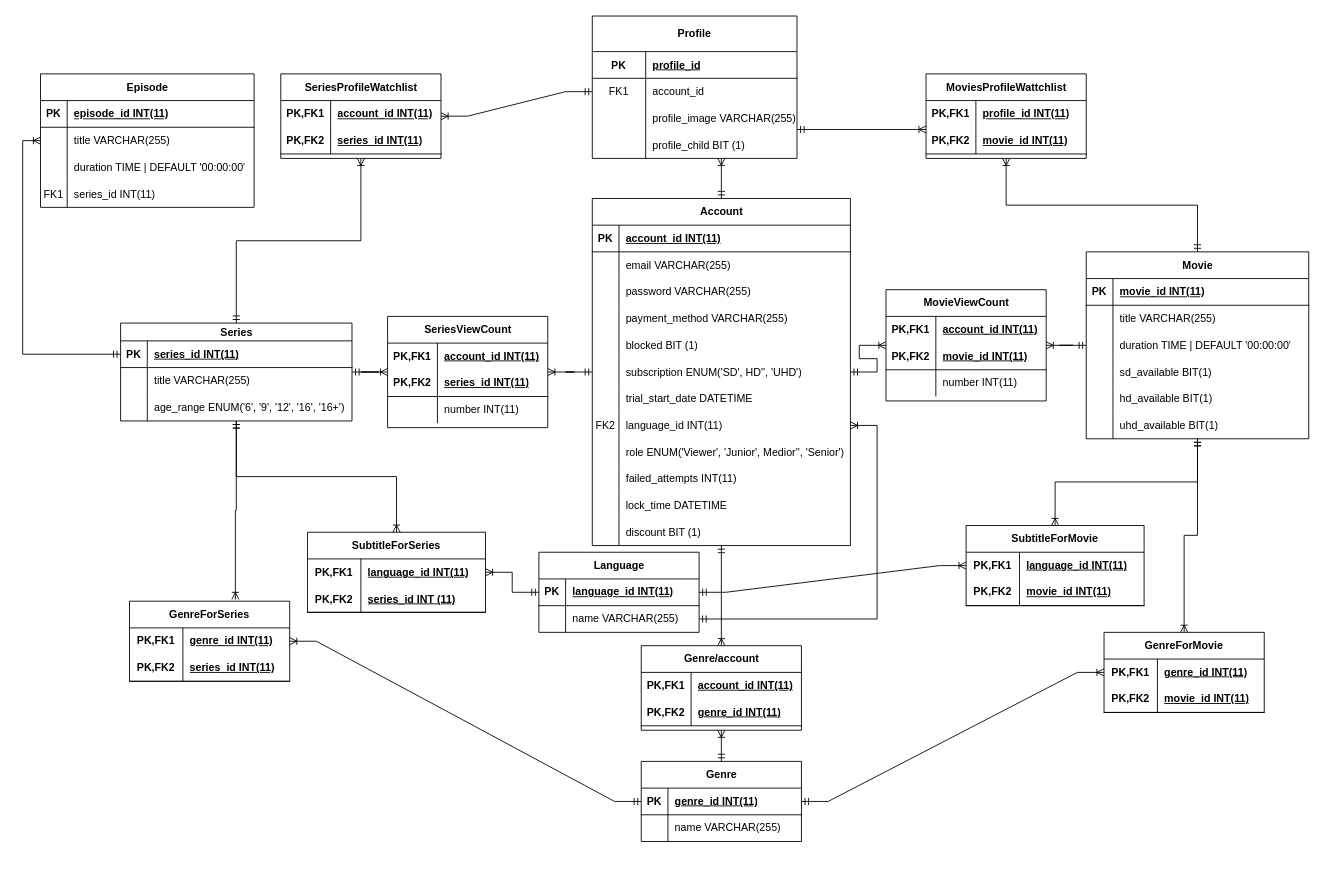
Earlier version of the draw.io diagram ERD.drawio (Bill0911/NeflixForBill). Source tidied: cells renumbered, new cells numbered last; positions are measured from the earlier drawing's top-left corner, leaving out a move shared by most shapes. Both pictures are drawn from the tidied source at 89%, with x=0, y=0 at pixel (22, 15).
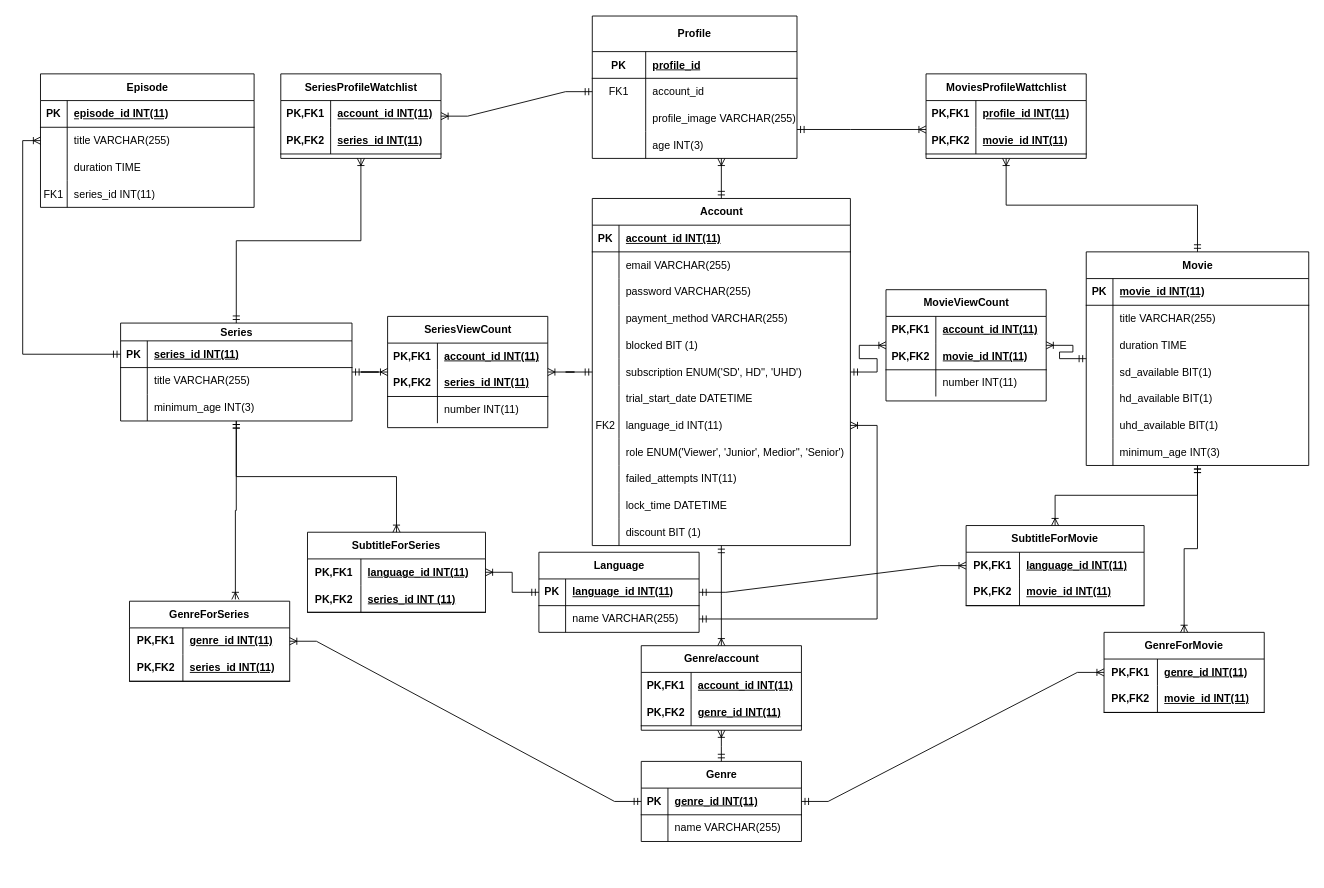
After the change.

The change refers to these unchanged cells:
```xml
<mxCell id="49" style="shape=tableRow;horizontal=0;startSize=0;swimlaneHead=0;swimlaneBody=0;fillColor=none;top=0;left=0;right=0;bottom=0;html=1;" parent="39" vertex="1">
  <mxGeometry y="130" width="230" height="30" as="geometry" />
</mxCell>
<mxCell id="59" style="shape=tableRow;horizontal=0;startSize=0;swimlaneHead=0;swimlaneBody=0;fillColor=none;top=0;left=0;right=0;bottom=0;" parent="52" vertex="1">
  <mxGeometry y="90" width="240" height="30" as="geometry" />
</mxCell>
<mxCell id="72" style="shape=tableRow;horizontal=0;startSize=0;swimlaneHead=0;swimlaneBody=0;fillColor=none;top=0;left=0;right=0;bottom=0;" parent="65" vertex="1">
  <mxGeometry y="90" width="250" height="30" as="geometry" />
</mxCell>
<mxCell id="108" style="shape=tableRow;horizontal=0;startSize=0;swimlaneHead=0;swimlaneBody=0;fillColor=none;top=0;left=0;right=0;bottom=0;" parent="101" vertex="1">
  <mxGeometry y="80" width="260" height="30" as="geometry" />
</mxCell>
```

The edit, as a diff of the source:
```diff
@@
-    <mxCell id="51" value="profile_child BIT (1)" style="shape=partialRectangle;fillColor=none;top=0;left=0;bottom=0;right=0;align=left;spacingLeft=6;overflow=hidden;html=1;whiteSpace=wrap;" parent="49" vertex="1">
+    <mxCell id="51" value="age INT(3)" style="shape=partialRectangle;fillColor=none;top=0;left=0;bottom=0;right=0;align=left;spacingLeft=6;overflow=hidden;html=1;whiteSpace=wrap;" parent="49" vertex="1">
       <mxGeometry x="60" width="170" height="30" as="geometry" />
     </mxCell>
@@
-    <mxCell id="61" value="duration TIME | DEFAULT '00:00:00'" style="shape=partialRectangle;fillColor=none;top=0;left=0;bottom=0;right=0;align=left;spacingLeft=6;overflow=hidden;whiteSpace=wrap;html=1;" parent="59" vertex="1">
+    <mxCell id="61" value="duration TIME" style="shape=partialRectangle;fillColor=none;top=0;left=0;bottom=0;right=0;align=left;spacingLeft=6;overflow=hidden;whiteSpace=wrap;html=1;" parent="59" vertex="1">
       <mxGeometry x="30" width="210" height="30" as="geometry" />
     </mxCell>
@@
     <mxCell id="65" value="Movie" style="shape=table;startSize=30;childLayout=tableLayout;rowLines=0;fontStyle=1;align=center;html=1;" parent="1" vertex="1">
-      <mxGeometry x="1195" y="265.5" width="250" height="210" as="geometry" />
+      <mxGeometry x="1195" y="265.5" width="250" height="240" as="geometry" />
     </mxCell>
@@
-    <mxCell id="74" value="duration TIME | DEFAULT '00:00:00'" style="shape=partialRectangle;fillColor=none;top=0;left=0;bottom=0;right=0;align=left;spacingLeft=6;overflow=hidden;whiteSpace=wrap;html=1;" parent="72" vertex="1">
+    <mxCell id="74" value="duration TIME&amp;nbsp;" style="shape=partialRectangle;fillColor=none;top=0;left=0;bottom=0;right=0;align=left;spacingLeft=6;overflow=hidden;whiteSpace=wrap;html=1;" parent="72" vertex="1">
       <mxGeometry x="30" width="220" height="30" as="geometry" />
     </mxCell>
@@
+    <mxCell id="200" style="shape=tableRow;horizontal=0;startSize=0;swimlaneHead=0;swimlaneBody=0;fillColor=none;top=0;left=0;right=0;bottom=0;" parent="65" vertex="1">
+      <mxGeometry y="210" width="250" height="30" as="geometry" />
+    </mxCell>
+    <mxCell id="201" style="shape=partialRectangle;fillColor=none;top=0;left=0;bottom=0;right=0;overflow=hidden;whiteSpace=wrap;html=1;" parent="200" vertex="1">
+      <mxGeometry width="30" height="30" as="geometry" />
+    </mxCell>
+    <mxCell id="202" value="minimum_age INT(3)" style="shape=partialRectangle;fillColor=none;top=0;left=0;bottom=0;right=0;align=left;spacingLeft=6;overflow=hidden;whiteSpace=wrap;html=1;" parent="200" vertex="1">
+      <mxGeometry x="30" width="220" height="30" as="geometry" />
+    </mxCell>
@@
-    <mxCell id="110" value="age_range ENUM('6', '9', '12', '16', '16+')" style="shape=partialRectangle;fillColor=none;top=0;left=0;bottom=0;right=0;align=left;spacingLeft=6;overflow=hidden;whiteSpace=wrap;html=1;" parent="108" vertex="1">
+    <mxCell id="110" value="minimum_age INT(3)" style="shape=partialRectangle;fillColor=none;top=0;left=0;bottom=0;right=0;align=left;spacingLeft=6;overflow=hidden;whiteSpace=wrap;html=1;" parent="108" vertex="1">
       <mxGeometry x="30" width="230" height="30" as="geometry" />
     </mxCell>
```
